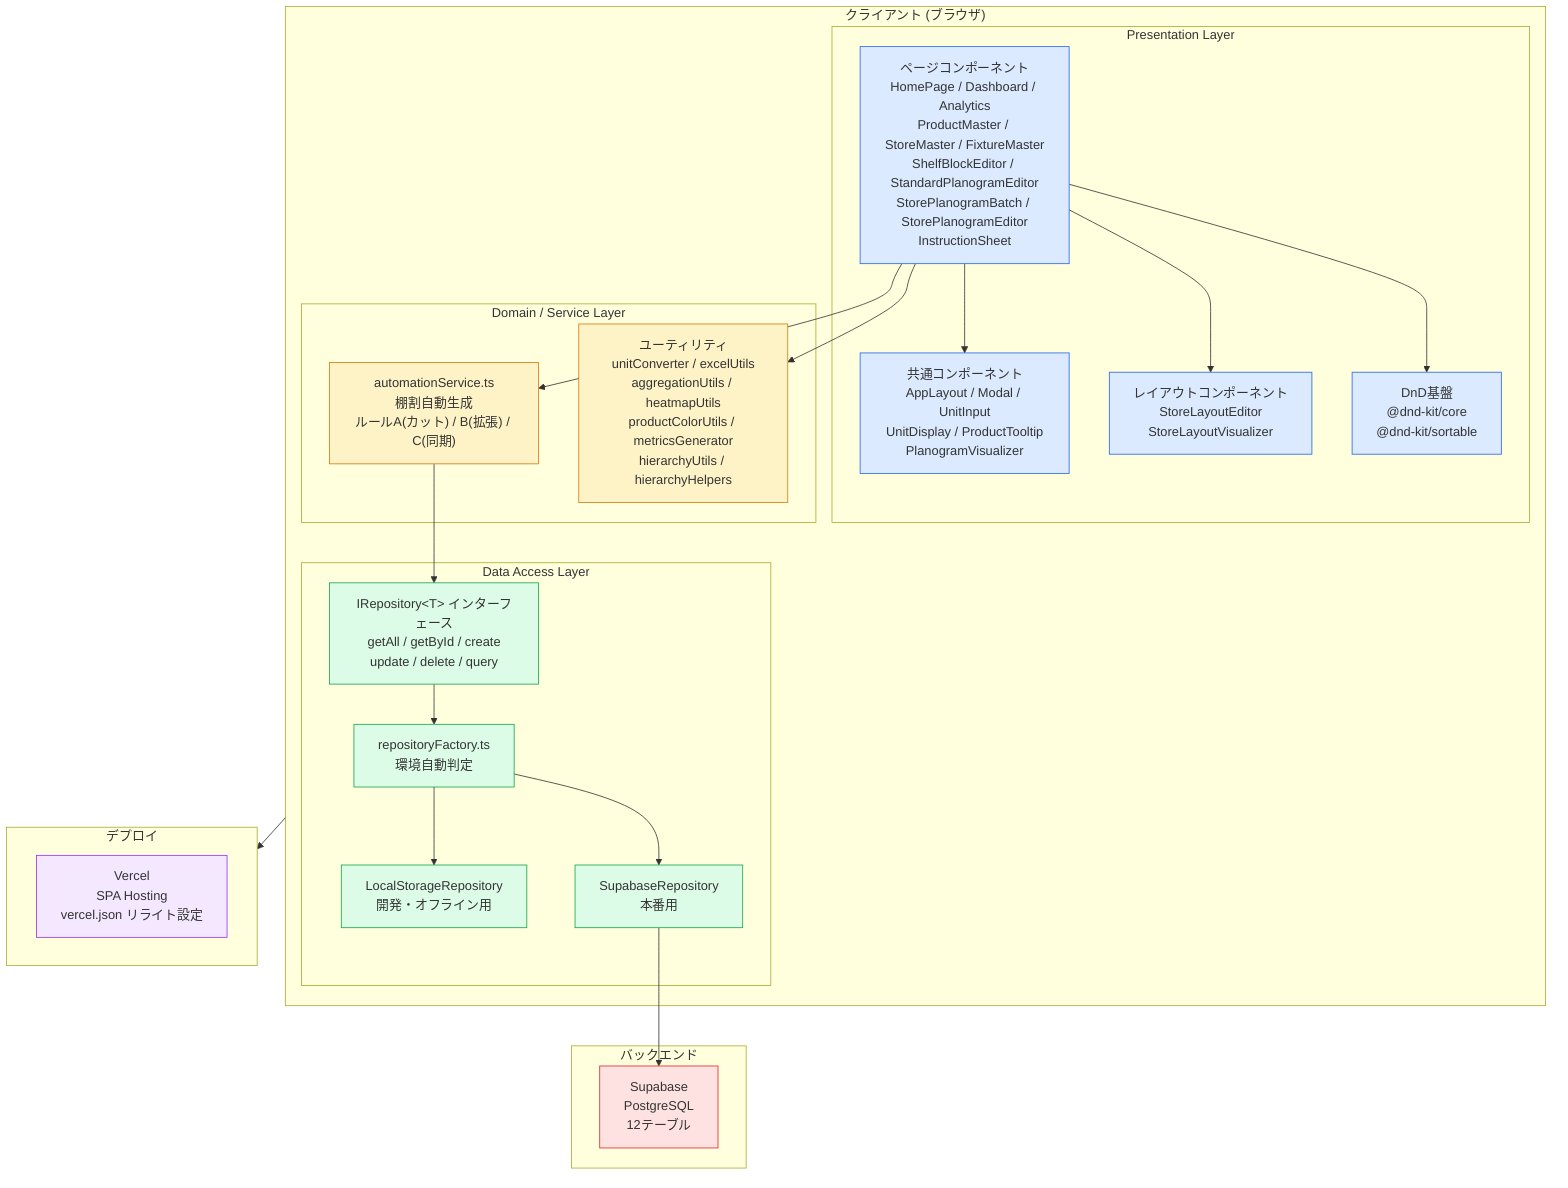
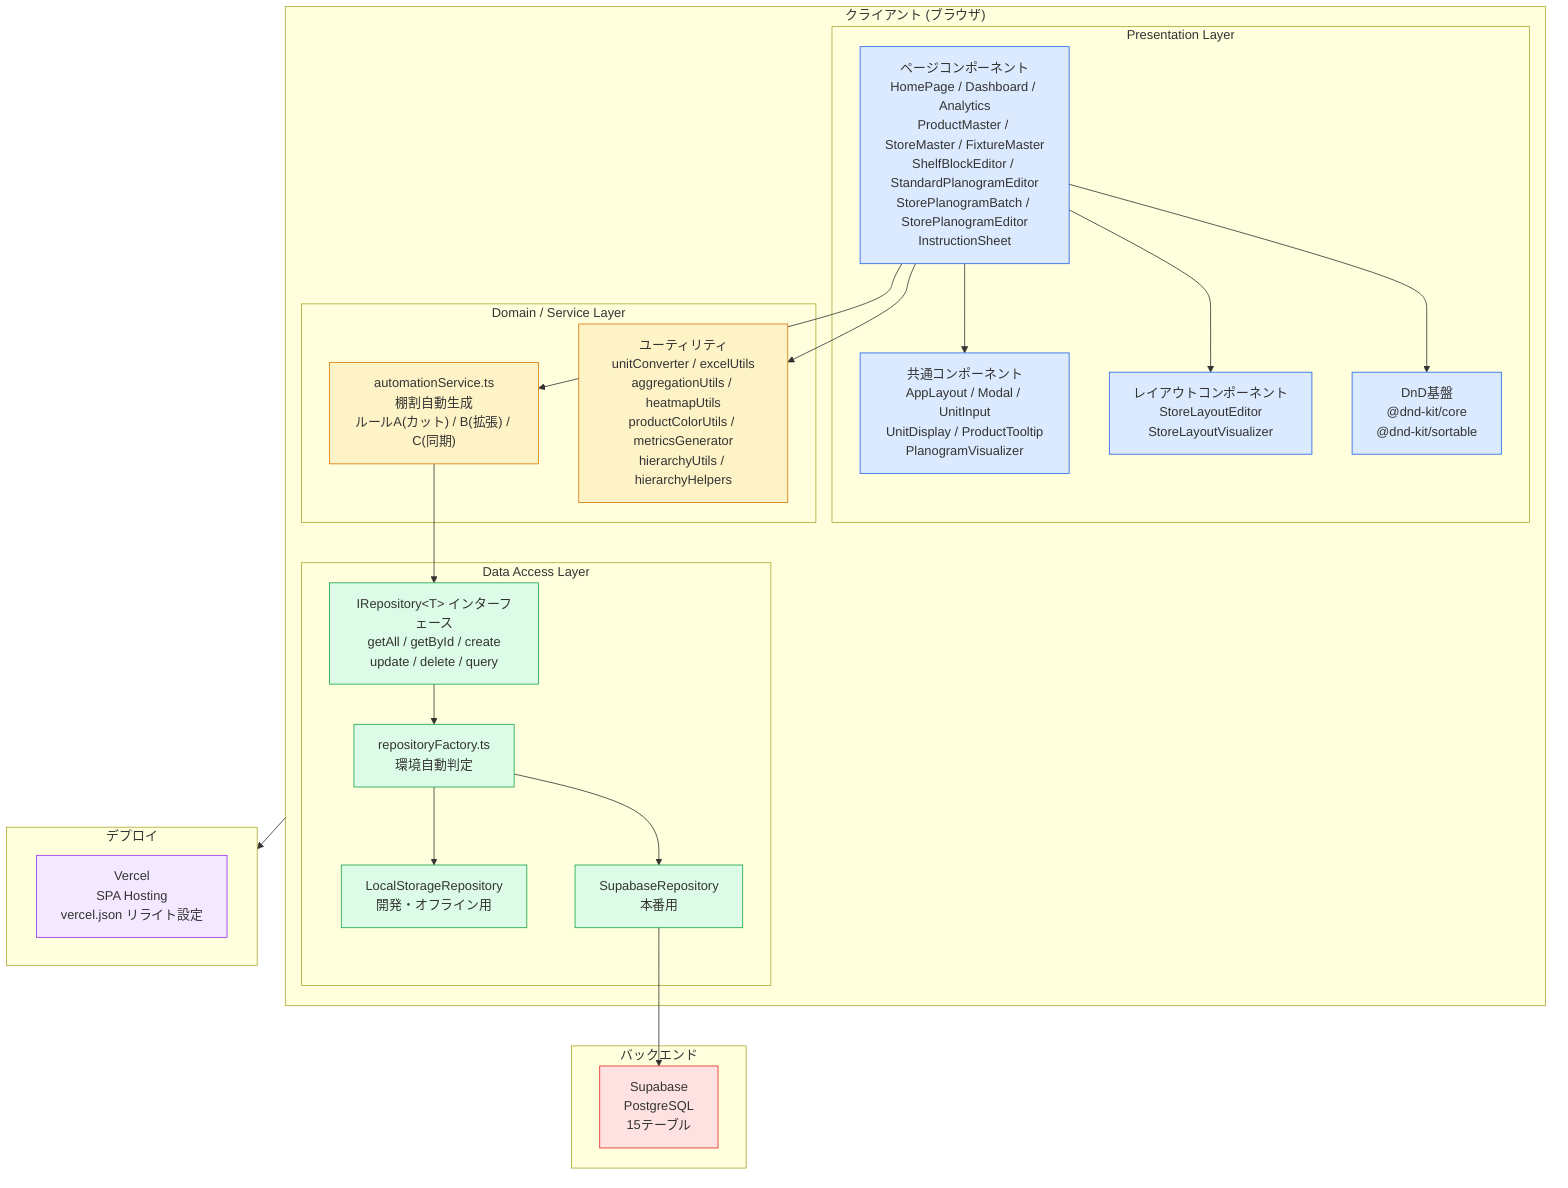
graph TB
    subgraph Client["クライアント (ブラウザ)"]
        subgraph UI["Presentation Layer"]
            Pages["ページコンポーネント<br/>HomePage / Dashboard / Analytics<br/>ProductMaster / StoreMaster / FixtureMaster<br/>ShelfBlockEditor / StandardPlanogramEditor<br/>StorePlanogramBatch / StorePlanogramEditor<br/>InstructionSheet"]
            Common["共通コンポーネント<br/>AppLayout / Modal / UnitInput<br/>UnitDisplay / ProductTooltip<br/>PlanogramVisualizer"]
            Layout["レイアウトコンポーネント<br/>StoreLayoutEditor<br/>StoreLayoutVisualizer"]
            DnD["DnD基盤<br/>@dnd-kit/core<br/>@dnd-kit/sortable"]
        end

        subgraph Service["Domain / Service Layer"]
            Auto["automationService.ts<br/>棚割自動生成<br/>ルールA(カット) / B(拡張) / C(同期)"]
            Utils["ユーティリティ<br/>unitConverter / excelUtils<br/>aggregationUtils / heatmapUtils<br/>productColorUtils / metricsGenerator<br/>hierarchyUtils / hierarchyHelpers"]
        end

        subgraph Data["Data Access Layer"]
            Factory["repositoryFactory.ts<br/>環境自動判定"]
            Repo["IRepository&lt;T&gt; インターフェース<br/>getAll / getById / create<br/>update / delete / query"]
            LS["LocalStorageRepository<br/>開発・オフライン用"]
            SB["SupabaseRepository<br/>本番用"]
        end
    end

    subgraph Backend["バックエンド"]
-         Supabase["Supabase<br/>PostgreSQL<br/>12テーブル"]
+         Supabase["Supabase<br/>PostgreSQL<br/>15テーブル"]
    end

    subgraph Deploy["デプロイ"]
        Vercel["Vercel<br/>SPA Hosting<br/>vercel.json リライト設定"]
    end

    Pages --> Common
    Pages --> Layout
    Pages --> DnD
    Pages --> Auto
    Pages --> Utils
    Auto --> Repo
    Factory --> LS
    Factory --> SB
    Repo --> Factory
    SB --> Supabase
    Client --> Deploy

    classDef ui fill:#dbeafe,stroke:#2563eb
    classDef service fill:#fef3c7,stroke:#d97706
    classDef data fill:#dcfce7,stroke:#16a34a
    classDef backend fill:#fee2e2,stroke:#dc2626
    classDef deploy fill:#f3e8ff,stroke:#9333ea

    class Pages,Common,Layout,DnD ui
    class Auto,Utils service
    class Factory,Repo,LS,SB data
    class Supabase backend
    class Vercel deploy
